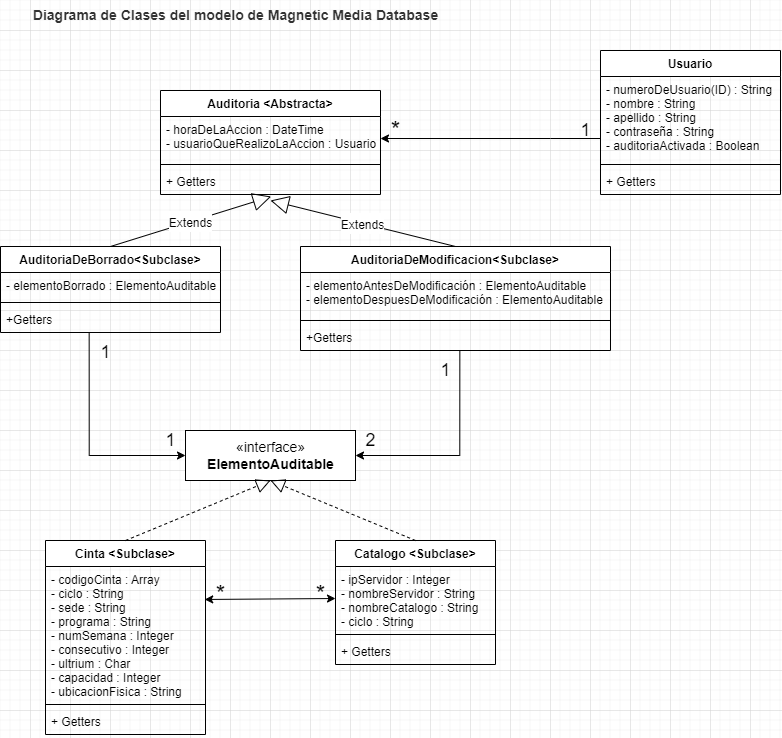
Earlier version of the draw.io export magneticmedia-diagrams/Diagrama-de-Clases-UML.drawio.png (avhernandez16/MagneticMediaDatabase). Source tidied: cells renumbered, new cells last; positions are measured from the earlier drawing's top-left corner, leaving out a move shared by most shapes.
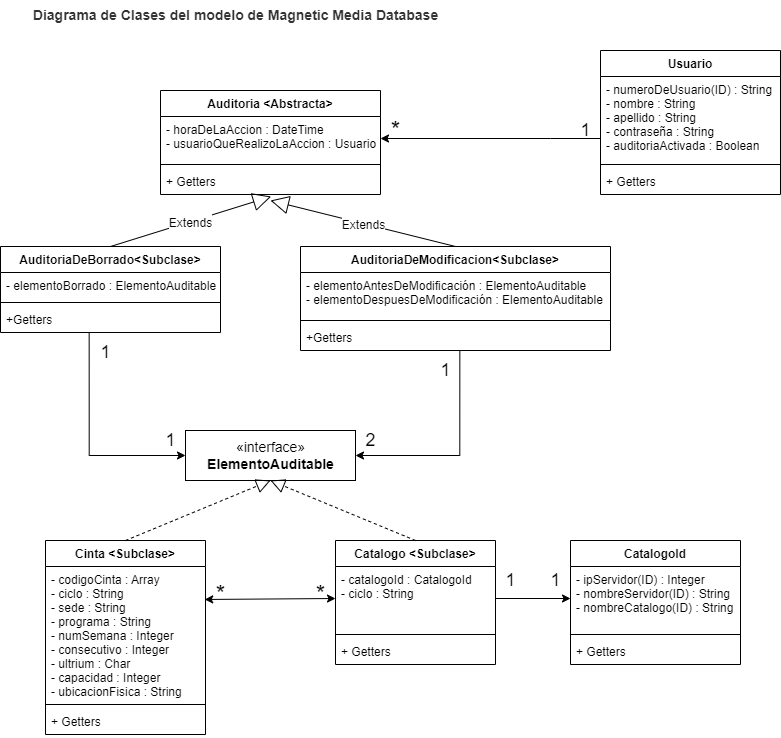
Above is the later version.

The edit, as a diff of the source:
```diff
@@ -73,7 +73,7 @@
     <mxCell id="23" value="Catalogo &lt;Subclase&gt;" style="swimlane;fontStyle=1;align=center;verticalAlign=top;horizontal=1;startSize=26;" parent="1" vertex="1">
       <mxGeometry x="335" y="540" width="160" height="124" as="geometry" />
     </mxCell>
-    <mxCell id="24" value="- ipServidor : Integer&#10;- nombreServidor : String&#10;- nombreCatalogo : String&#10;- ciclo : String" style="text;strokeColor=none;fillColor=none;align=left;verticalAlign=top;spacingLeft=4;spacingRight=4;overflow=hidden;points=[[0,0.5],[1,0.5]];portConstraint=eastwest;" parent="23" vertex="1">
+    <mxCell id="24" value="- catalogoId : CatalogoId&#10;- ciclo : String" style="text;strokeColor=none;fillColor=none;align=left;verticalAlign=top;spacingLeft=4;spacingRight=4;overflow=hidden;points=[[0,0.5],[1,0.5]];portConstraint=eastwest;" parent="23" vertex="1">
       <mxGeometry y="26" width="160" height="64" as="geometry" />
     </mxCell>
     <mxCell id="25" style="line;strokeWidth=1;fillColor=none;align=left;verticalAlign=middle;spacingTop=-1;spacingLeft=3;spacingRight=3;labelPosition=right;strokeColor=inherit;" parent="23" vertex="1">
@@ -137,5 +137,26 @@
     <mxCell id="43" value="&lt;font style=&quot;font-size: 24px;&quot;&gt;*&lt;/font&gt;" style="text;html=1;align=center;verticalAlign=middle;strokeColor=none;fillColor=none;fontSize=14;" parent="1" vertex="1">
       <mxGeometry x="380" y="110" width="30" height="40" as="geometry" />
     </mxCell>
+    <mxCell id="44" value="CatalogoId" style="swimlane;fontStyle=1;align=center;verticalAlign=top;horizontal=1;startSize=26;" parent="1" vertex="1">
+      <mxGeometry x="570" y="540" width="170" height="124" as="geometry" />
+    </mxCell>
+    <mxCell id="45" value="- ipServidor(ID) : Integer &#10;- nombreServidor(ID) : String&#10;- nombreCatalogo(ID) : String" style="text;strokeColor=none;fillColor=none;align=left;verticalAlign=top;spacingLeft=4;spacingRight=4;overflow=hidden;points=[[0,0.5],[1,0.5]];portConstraint=eastwest;" parent="44" vertex="1">
+      <mxGeometry y="26" width="170" height="64" as="geometry" />
+    </mxCell>
+    <mxCell id="46" style="line;strokeWidth=1;fillColor=none;align=left;verticalAlign=middle;spacingTop=-1;spacingLeft=3;spacingRight=3;labelPosition=right;strokeColor=inherit;" parent="44" vertex="1">
+      <mxGeometry y="90" width="170" height="8" as="geometry" />
+    </mxCell>
+    <mxCell id="47" value="+ Getters" style="text;strokeColor=none;fillColor=none;align=left;verticalAlign=top;spacingLeft=4;spacingRight=4;overflow=hidden;" parent="44" vertex="1">
+      <mxGeometry y="98" width="170" height="26" as="geometry" />
+    </mxCell>
+    <mxCell id="48" style="edgeStyle=orthogonalEdgeStyle;rounded=0;jettySize=auto;html=1;entryX=0;entryY=0.5;entryDx=0;entryDy=0;" parent="1" edge="1" source="24" target="45">
+      <mxGeometry relative="1" as="geometry" />
+    </mxCell>
+    <mxCell id="49" value="&lt;font style=&quot;font-size: 18px;&quot;&gt;1&lt;/font&gt;" style="text;html=1;align=center;verticalAlign=middle;strokeColor=none;fillColor=none;fontSize=14;" parent="1" vertex="1">
+      <mxGeometry x="495" y="560" width="30" height="40" as="geometry" />
+    </mxCell>
+    <mxCell id="50" value="&lt;font style=&quot;font-size: 18px;&quot;&gt;1&lt;/font&gt;" style="text;html=1;align=center;verticalAlign=middle;strokeColor=none;fillColor=none;fontSize=14;" parent="1" vertex="1">
+      <mxGeometry x="540" y="560" width="30" height="40" as="geometry" />
+    </mxCell>
   </root>
 </mxGraphModel>
```
